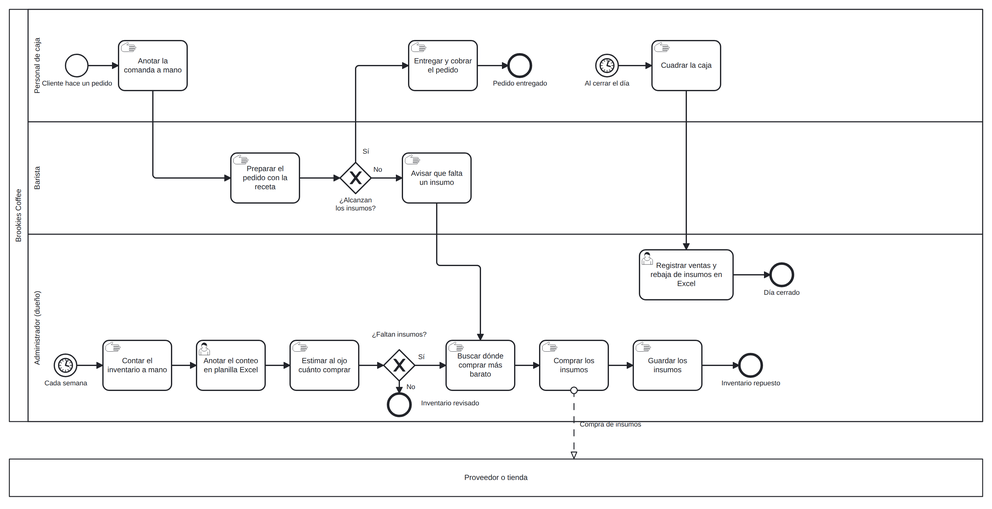
lambtto/Gestor-Inventario-Brookie keeps this BPMN diagram as diagramas/as-is.png. Above is the earlier version. Its source is kept beside it as diagramas/as-is.bpmn. Ids are renumbered.
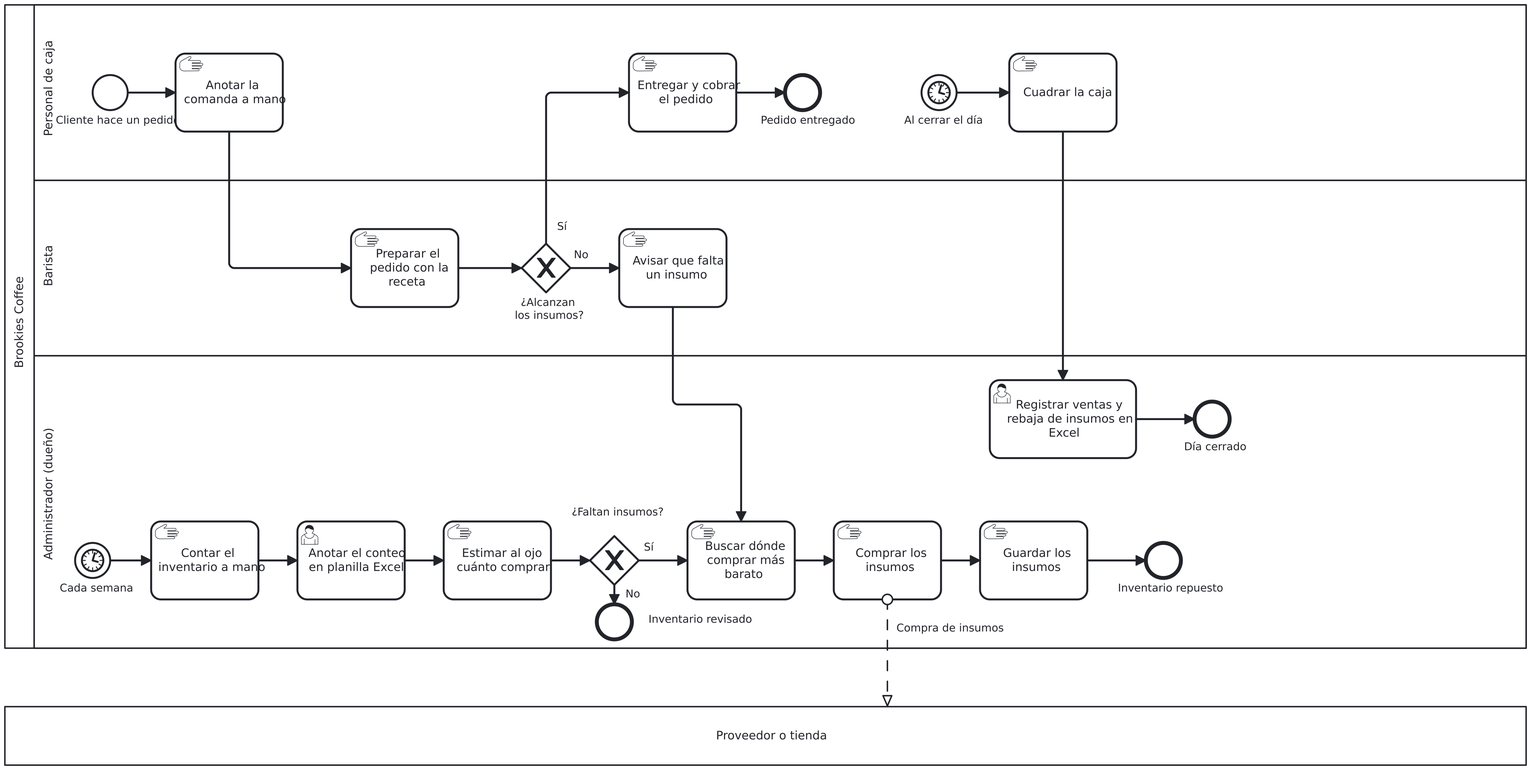
The same diagram one commit later.

The edit, as a diff of the source:
```diff
@@ -1,4 +1,4 @@
-<bpmn:definitions xmlns:bpmn="http://www.omg.org/spec/BPMN/20100524/MODEL" xmlns:bpmndi="http://www.omg.org/spec/BPMN/20100524/DI" xmlns:dc="http://www.omg.org/spec/DD/20100524/DC" xmlns:di="http://www.omg.org/spec/DD/20100524/DI" id="Definitions_AsIs" targetNamespace="http://bpmn.io/schema/bpmn">
+<bpmn:definitions xmlns:bpmn="http://www.omg.org/spec/BPMN/20100524/MODEL" xmlns:bpmndi="http://www.omg.org/spec/BPMN/20100524/DI" xmlns:dc="http://www.omg.org/spec/DD/20100524/DC" xmlns:di="http://www.omg.org/spec/DD/20100524/DI" id="Definitions_AsIs" targetNamespace="http://bpmn.io/schema/bpmn" exporter="bpmn-js (https://demo.bpmn.io)" exporterVersion="18.30.1">
   <bpmn:collaboration id="Collaboration_AsIs">
     <bpmn:participant id="Participant_Brookies" name="Brookies Coffee" processRef="Process_AsIs" />
     <bpmn:participant id="Participant_Prov" name="Proveedor o tienda" />
@@ -138,52 +138,210 @@
   </bpmn:process>
   <bpmndi:BPMNDiagram id="BPMNDiagram_1">
     <bpmndi:BPMNPlane id="BPMNPlane_1" bpmnElement="Collaboration_AsIs">
-      <bpmndi:BPMNShape id="Participant_Brookies_di" bpmnElement="Participant_Brookies" isHorizontal="true"><dc:Bounds x="160" y="60" width="1560" height="660" /></bpmndi:BPMNShape>
-      <bpmndi:BPMNShape id="Lane_Caja_di" bpmnElement="Lane_Caja" isHorizontal="true"><dc:Bounds x="190" y="60" width="1530" height="180" /></bpmndi:BPMNShape>
-      <bpmndi:BPMNShape id="Lane_Barista_di" bpmnElement="Lane_Barista" isHorizontal="true"><dc:Bounds x="190" y="240" width="1530" height="180" /></bpmndi:BPMNShape>
-      <bpmndi:BPMNShape id="Lane_Admin_di" bpmnElement="Lane_Admin" isHorizontal="true"><dc:Bounds x="190" y="420" width="1530" height="300" /></bpmndi:BPMNShape>
-      <bpmndi:BPMNShape id="Participant_Prov_di" bpmnElement="Participant_Prov" isHorizontal="true"><dc:Bounds x="160" y="780" width="1560" height="60" /></bpmndi:BPMNShape>
-      <bpmndi:BPMNShape id="S1_di" bpmnElement="S1"><dc:Bounds x="250" y="132" width="36" height="36" /><bpmndi:BPMNLabel><dc:Bounds x="208" y="172" width="120" height="27" /></bpmndi:BPMNLabel></bpmndi:BPMNShape>
-      <bpmndi:BPMNShape id="A01_di" bpmnElement="A01"><dc:Bounds x="335" y="110" width="110" height="80" /></bpmndi:BPMNShape>
-      <bpmndi:BPMNShape id="A04_di" bpmnElement="A04"><dc:Bounds x="800" y="110" width="110" height="80" /></bpmndi:BPMNShape>
-      <bpmndi:BPMNShape id="E1_di" bpmnElement="E1"><dc:Bounds x="960" y="132" width="36" height="36" /><bpmndi:BPMNLabel><dc:Bounds x="918" y="172" width="120" height="27" /></bpmndi:BPMNLabel></bpmndi:BPMNShape>
-      <bpmndi:BPMNShape id="S2_di" bpmnElement="S2"><dc:Bounds x="1100" y="132" width="36" height="36" /><bpmndi:BPMNLabel><dc:Bounds x="1058" y="172" width="120" height="27" /></bpmndi:BPMNLabel></bpmndi:BPMNShape>
-      <bpmndi:BPMNShape id="A05_di" bpmnElement="A05"><dc:Bounds x="1190" y="110" width="110" height="80" /></bpmndi:BPMNShape>
-      <bpmndi:BPMNShape id="A02_di" bpmnElement="A02"><dc:Bounds x="515" y="290" width="110" height="80" /></bpmndi:BPMNShape>
-      <bpmndi:BPMNShape id="G1_di" bpmnElement="G1" isMarkerVisible="true"><dc:Bounds x="690" y="305" width="50" height="50" /><bpmndi:BPMNLabel><dc:Bounds x="665" y="359" width="100" height="27" /></bpmndi:BPMNLabel></bpmndi:BPMNShape>
-      <bpmndi:BPMNShape id="A03_di" bpmnElement="A03"><dc:Bounds x="790" y="290" width="110" height="80" /></bpmndi:BPMNShape>
-      <bpmndi:BPMNShape id="A06_di" bpmnElement="A06"><dc:Bounds x="1170" y="445" width="150" height="80" /></bpmndi:BPMNShape>
-      <bpmndi:BPMNShape id="E3_di" bpmnElement="E3"><dc:Bounds x="1380" y="467" width="36" height="36" /><bpmndi:BPMNLabel><dc:Bounds x="1338" y="507" width="120" height="27" /></bpmndi:BPMNLabel></bpmndi:BPMNShape>
-      <bpmndi:BPMNShape id="S3_di" bpmnElement="S3"><dc:Bounds x="232" y="612" width="36" height="36" /><bpmndi:BPMNLabel><dc:Bounds x="190" y="652" width="120" height="27" /></bpmndi:BPMNLabel></bpmndi:BPMNShape>
-      <bpmndi:BPMNShape id="A07_di" bpmnElement="A07"><dc:Bounds x="310" y="590" width="110" height="80" /></bpmndi:BPMNShape>
-      <bpmndi:BPMNShape id="A08_di" bpmnElement="A08"><dc:Bounds x="460" y="590" width="110" height="80" /></bpmndi:BPMNShape>
-      <bpmndi:BPMNShape id="A09_di" bpmnElement="A09"><dc:Bounds x="610" y="590" width="110" height="80" /></bpmndi:BPMNShape>
-      <bpmndi:BPMNShape id="G2_di" bpmnElement="G2" isMarkerVisible="true"><dc:Bounds x="760" y="605" width="50" height="50" /><bpmndi:BPMNLabel><dc:Bounds x="735" y="574" width="100" height="27" /></bpmndi:BPMNLabel></bpmndi:BPMNShape>
-      <bpmndi:BPMNShape id="A10_di" bpmnElement="A10"><dc:Bounds x="860" y="590" width="110" height="80" /></bpmndi:BPMNShape>
-      <bpmndi:BPMNShape id="A11_di" bpmnElement="A11"><dc:Bounds x="1010" y="590" width="110" height="80" /></bpmndi:BPMNShape>
-      <bpmndi:BPMNShape id="A12_di" bpmnElement="A12"><dc:Bounds x="1160" y="590" width="110" height="80" /></bpmndi:BPMNShape>
-      <bpmndi:BPMNShape id="E4_di" bpmnElement="E4"><dc:Bounds x="1330" y="612" width="36" height="36" /><bpmndi:BPMNLabel><dc:Bounds x="1288" y="652" width="120" height="27" /></bpmndi:BPMNLabel></bpmndi:BPMNShape>
-      <bpmndi:BPMNShape id="E5_di" bpmnElement="E5"><dc:Bounds x="767" y="675" width="36" height="36" /><bpmndi:BPMNLabel><dc:Bounds x="806" y="684" width="120" height="27" /></bpmndi:BPMNLabel></bpmndi:BPMNShape>
-      <bpmndi:BPMNEdge id="F1_di" bpmnElement="F1"><di:waypoint x="286" y="150" /><di:waypoint x="335" y="150" /></bpmndi:BPMNEdge>
-      <bpmndi:BPMNEdge id="F2_di" bpmnElement="F2"><di:waypoint x="390" y="190" /><di:waypoint x="390" y="330" /><di:waypoint x="515" y="330" /></bpmndi:BPMNEdge>
-      <bpmndi:BPMNEdge id="F3_di" bpmnElement="F3"><di:waypoint x="625" y="330" /><di:waypoint x="690" y="330" /></bpmndi:BPMNEdge>
-      <bpmndi:BPMNEdge id="F4_di" bpmnElement="F4"><di:waypoint x="715" y="305" /><di:waypoint x="715" y="150" /><di:waypoint x="800" y="150" /><bpmndi:BPMNLabel><dc:Bounds x="721" y="281" width="20" height="14" /></bpmndi:BPMNLabel></bpmndi:BPMNEdge>
-      <bpmndi:BPMNEdge id="F5_di" bpmnElement="F5"><di:waypoint x="910" y="150" /><di:waypoint x="960" y="150" /></bpmndi:BPMNEdge>
-      <bpmndi:BPMNEdge id="F6_di" bpmnElement="F6"><di:waypoint x="740" y="330" /><di:waypoint x="790" y="330" /><bpmndi:BPMNLabel><dc:Bounds x="740" y="310" width="20" height="14" /></bpmndi:BPMNLabel></bpmndi:BPMNEdge>
-      <bpmndi:BPMNEdge id="F7_di" bpmnElement="F7"><di:waypoint x="845" y="370" /><di:waypoint x="845" y="470" /><di:waypoint x="915" y="470" /><di:waypoint x="915" y="590" /></bpmndi:BPMNEdge>
-      <bpmndi:BPMNEdge id="F8_di" bpmnElement="F8"><di:waypoint x="1136" y="150" /><di:waypoint x="1190" y="150" /></bpmndi:BPMNEdge>
-      <bpmndi:BPMNEdge id="F9_di" bpmnElement="F9"><di:waypoint x="1245" y="190" /><di:waypoint x="1245" y="445" /></bpmndi:BPMNEdge>
-      <bpmndi:BPMNEdge id="F10_di" bpmnElement="F10"><di:waypoint x="1320" y="485" /><di:waypoint x="1380" y="485" /></bpmndi:BPMNEdge>
-      <bpmndi:BPMNEdge id="F11_di" bpmnElement="F11"><di:waypoint x="268" y="630" /><di:waypoint x="310" y="630" /></bpmndi:BPMNEdge>
-      <bpmndi:BPMNEdge id="F12_di" bpmnElement="F12"><di:waypoint x="420" y="630" /><di:waypoint x="460" y="630" /></bpmndi:BPMNEdge>
-      <bpmndi:BPMNEdge id="F13_di" bpmnElement="F13"><di:waypoint x="570" y="630" /><di:waypoint x="610" y="630" /></bpmndi:BPMNEdge>
-      <bpmndi:BPMNEdge id="F14_di" bpmnElement="F14"><di:waypoint x="720" y="630" /><di:waypoint x="760" y="630" /></bpmndi:BPMNEdge>
-      <bpmndi:BPMNEdge id="F15_di" bpmnElement="F15"><di:waypoint x="810" y="630" /><di:waypoint x="860" y="630" /><bpmndi:BPMNLabel><dc:Bounds x="810" y="610" width="20" height="14" /></bpmndi:BPMNLabel></bpmndi:BPMNEdge>
-      <bpmndi:BPMNEdge id="F16_di" bpmnElement="F16"><di:waypoint x="785" y="655" /><di:waypoint x="785" y="675" /><bpmndi:BPMNLabel><dc:Bounds x="793" y="658" width="20" height="14" /></bpmndi:BPMNLabel></bpmndi:BPMNEdge>
-      <bpmndi:BPMNEdge id="F17_di" bpmnElement="F17"><di:waypoint x="970" y="630" /><di:waypoint x="1010" y="630" /></bpmndi:BPMNEdge>
-      <bpmndi:BPMNEdge id="F18_di" bpmnElement="F18"><di:waypoint x="1120" y="630" /><di:waypoint x="1160" y="630" /></bpmndi:BPMNEdge>
-      <bpmndi:BPMNEdge id="F19_di" bpmnElement="F19"><di:waypoint x="1270" y="630" /><di:waypoint x="1330" y="630" /></bpmndi:BPMNEdge>
-      <bpmndi:BPMNEdge id="M1_di" bpmnElement="M1"><di:waypoint x="1065" y="670" /><di:waypoint x="1065" y="780" /><bpmndi:BPMNLabel><dc:Bounds x="1073" y="718" width="100" height="14" /></bpmndi:BPMNLabel></bpmndi:BPMNEdge>
+      <bpmndi:BPMNShape id="Participant_Brookies_di" bpmnElement="Participant_Brookies" isHorizontal="true">
+        <dc:Bounds x="160" y="60" width="1560" height="660" />
+      </bpmndi:BPMNShape>
+      <bpmndi:BPMNShape id="Lane_Admin_di" bpmnElement="Lane_Admin" isHorizontal="true">
+        <dc:Bounds x="190" y="420" width="1530" height="300" />
+      </bpmndi:BPMNShape>
+      <bpmndi:BPMNShape id="Lane_Barista_di" bpmnElement="Lane_Barista" isHorizontal="true">
+        <dc:Bounds x="190" y="240" width="1530" height="180" />
+      </bpmndi:BPMNShape>
+      <bpmndi:BPMNShape id="Lane_Caja_di" bpmnElement="Lane_Caja" isHorizontal="true">
+        <dc:Bounds x="190" y="60" width="1530" height="180" />
+      </bpmndi:BPMNShape>
+      <bpmndi:BPMNShape id="S1_di" bpmnElement="S1">
+        <dc:Bounds x="250" y="132" width="36" height="36" />
+        <bpmndi:BPMNLabel>
+          <dc:Bounds x="208" y="172" width="120" height="27" />
+        </bpmndi:BPMNLabel>
+      </bpmndi:BPMNShape>
+      <bpmndi:BPMNShape id="A01_di" bpmnElement="A01">
+        <dc:Bounds x="335" y="110" width="110" height="80" />
+      </bpmndi:BPMNShape>
+      <bpmndi:BPMNShape id="A04_di" bpmnElement="A04">
+        <dc:Bounds x="800" y="110" width="110" height="80" />
+      </bpmndi:BPMNShape>
+      <bpmndi:BPMNShape id="E1_di" bpmnElement="E1">
+        <dc:Bounds x="960" y="132" width="36" height="36" />
+        <bpmndi:BPMNLabel>
+          <dc:Bounds x="918" y="172" width="120" height="27" />
+        </bpmndi:BPMNLabel>
+      </bpmndi:BPMNShape>
+      <bpmndi:BPMNShape id="S2_di" bpmnElement="S2">
+        <dc:Bounds x="1100" y="132" width="36" height="36" />
+        <bpmndi:BPMNLabel>
+          <dc:Bounds x="1058" y="172" width="120" height="27" />
+        </bpmndi:BPMNLabel>
+      </bpmndi:BPMNShape>
+      <bpmndi:BPMNShape id="A05_di" bpmnElement="A05">
+        <dc:Bounds x="1190" y="110" width="110" height="80" />
+      </bpmndi:BPMNShape>
+      <bpmndi:BPMNShape id="A02_di" bpmnElement="A02">
+        <dc:Bounds x="515" y="290" width="110" height="80" />
+      </bpmndi:BPMNShape>
+      <bpmndi:BPMNShape id="G1_di" bpmnElement="G1" isMarkerVisible="true">
+        <dc:Bounds x="690" y="305" width="50" height="50" />
+        <bpmndi:BPMNLabel>
+          <dc:Bounds x="665" y="359" width="100" height="27" />
+        </bpmndi:BPMNLabel>
+      </bpmndi:BPMNShape>
+      <bpmndi:BPMNShape id="A03_di" bpmnElement="A03">
+        <dc:Bounds x="790" y="290" width="110" height="80" />
+      </bpmndi:BPMNShape>
+      <bpmndi:BPMNShape id="A06_di" bpmnElement="A06">
+        <dc:Bounds x="1170" y="445" width="150" height="80" />
+      </bpmndi:BPMNShape>
+      <bpmndi:BPMNShape id="E3_di" bpmnElement="E3">
+        <dc:Bounds x="1380" y="467" width="36" height="36" />
+        <bpmndi:BPMNLabel>
+          <dc:Bounds x="1338" y="507" width="120" height="27" />
+        </bpmndi:BPMNLabel>
+      </bpmndi:BPMNShape>
+      <bpmndi:BPMNShape id="S3_di" bpmnElement="S3">
+        <dc:Bounds x="232" y="612" width="36" height="36" />
+        <bpmndi:BPMNLabel>
+          <dc:Bounds x="190" y="652" width="120" height="27" />
+        </bpmndi:BPMNLabel>
+      </bpmndi:BPMNShape>
+      <bpmndi:BPMNShape id="A07_di" bpmnElement="A07">
+        <dc:Bounds x="310" y="590" width="110" height="80" />
+      </bpmndi:BPMNShape>
+      <bpmndi:BPMNShape id="A08_di" bpmnElement="A08">
+        <dc:Bounds x="460" y="590" width="110" height="80" />
+      </bpmndi:BPMNShape>
+      <bpmndi:BPMNShape id="A09_di" bpmnElement="A09">
+        <dc:Bounds x="610" y="590" width="110" height="80" />
+      </bpmndi:BPMNShape>
+      <bpmndi:BPMNShape id="G2_di" bpmnElement="G2" isMarkerVisible="true">
+        <dc:Bounds x="760" y="605" width="50" height="50" />
+        <bpmndi:BPMNLabel>
+          <dc:Bounds x="735" y="574" width="100" height="27" />
+        </bpmndi:BPMNLabel>
+      </bpmndi:BPMNShape>
+      <bpmndi:BPMNShape id="A10_di" bpmnElement="A10">
+        <dc:Bounds x="860" y="590" width="110" height="80" />
+      </bpmndi:BPMNShape>
+      <bpmndi:BPMNShape id="A11_di" bpmnElement="A11">
+        <dc:Bounds x="1010" y="590" width="110" height="80" />
+      </bpmndi:BPMNShape>
+      <bpmndi:BPMNShape id="A12_di" bpmnElement="A12">
+        <dc:Bounds x="1160" y="590" width="110" height="80" />
+      </bpmndi:BPMNShape>
+      <bpmndi:BPMNShape id="E4_di" bpmnElement="E4">
+        <dc:Bounds x="1330" y="612" width="36" height="36" />
+        <bpmndi:BPMNLabel>
+          <dc:Bounds x="1288" y="652" width="120" height="27" />
+        </bpmndi:BPMNLabel>
+      </bpmndi:BPMNShape>
+      <bpmndi:BPMNShape id="E5_di" bpmnElement="E5">
+        <dc:Bounds x="767" y="675" width="36" height="36" />
+        <bpmndi:BPMNLabel>
+          <dc:Bounds x="806" y="684" width="120" height="27" />
+        </bpmndi:BPMNLabel>
+      </bpmndi:BPMNShape>
+      <bpmndi:BPMNEdge id="F1_di" bpmnElement="F1">
+        <di:waypoint x="286" y="150" />
+        <di:waypoint x="335" y="150" />
+      </bpmndi:BPMNEdge>
+      <bpmndi:BPMNEdge id="F2_di" bpmnElement="F2">
+        <di:waypoint x="390" y="190" />
+        <di:waypoint x="390" y="330" />
+        <di:waypoint x="515" y="330" />
+      </bpmndi:BPMNEdge>
+      <bpmndi:BPMNEdge id="F3_di" bpmnElement="F3">
+        <di:waypoint x="625" y="330" />
+        <di:waypoint x="690" y="330" />
+      </bpmndi:BPMNEdge>
+      <bpmndi:BPMNEdge id="F4_di" bpmnElement="F4">
+        <di:waypoint x="715" y="305" />
+        <di:waypoint x="715" y="150" />
+        <di:waypoint x="800" y="150" />
+        <bpmndi:BPMNLabel>
+          <dc:Bounds x="721" y="281" width="20" height="14" />
+        </bpmndi:BPMNLabel>
+      </bpmndi:BPMNEdge>
+      <bpmndi:BPMNEdge id="F5_di" bpmnElement="F5">
+        <di:waypoint x="910" y="150" />
+        <di:waypoint x="960" y="150" />
+      </bpmndi:BPMNEdge>
+      <bpmndi:BPMNEdge id="F6_di" bpmnElement="F6">
+        <di:waypoint x="740" y="330" />
+        <di:waypoint x="790" y="330" />
+        <bpmndi:BPMNLabel>
+          <dc:Bounds x="740" y="310" width="20" height="14" />
+        </bpmndi:BPMNLabel>
+      </bpmndi:BPMNEdge>
+      <bpmndi:BPMNEdge id="F7_di" bpmnElement="F7">
+        <di:waypoint x="845" y="370" />
+        <di:waypoint x="845" y="470" />
+        <di:waypoint x="915" y="470" />
+        <di:waypoint x="915" y="590" />
+      </bpmndi:BPMNEdge>
+      <bpmndi:BPMNEdge id="F8_di" bpmnElement="F8">
+        <di:waypoint x="1136" y="150" />
+        <di:waypoint x="1190" y="150" />
+      </bpmndi:BPMNEdge>
+      <bpmndi:BPMNEdge id="F9_di" bpmnElement="F9">
+        <di:waypoint x="1245" y="190" />
+        <di:waypoint x="1245" y="445" />
+      </bpmndi:BPMNEdge>
+      <bpmndi:BPMNEdge id="F10_di" bpmnElement="F10">
+        <di:waypoint x="1320" y="485" />
+        <di:waypoint x="1380" y="485" />
+      </bpmndi:BPMNEdge>
+      <bpmndi:BPMNEdge id="F11_di" bpmnElement="F11">
+        <di:waypoint x="268" y="630" />
+        <di:waypoint x="310" y="630" />
+      </bpmndi:BPMNEdge>
+      <bpmndi:BPMNEdge id="F12_di" bpmnElement="F12">
+        <di:waypoint x="420" y="630" />
+        <di:waypoint x="460" y="630" />
+      </bpmndi:BPMNEdge>
+      <bpmndi:BPMNEdge id="F13_di" bpmnElement="F13">
+        <di:waypoint x="570" y="630" />
+        <di:waypoint x="610" y="630" />
+      </bpmndi:BPMNEdge>
+      <bpmndi:BPMNEdge id="F14_di" bpmnElement="F14">
+        <di:waypoint x="720" y="630" />
+        <di:waypoint x="760" y="630" />
+      </bpmndi:BPMNEdge>
+      <bpmndi:BPMNEdge id="F15_di" bpmnElement="F15">
+        <di:waypoint x="810" y="630" />
+        <di:waypoint x="860" y="630" />
+        <bpmndi:BPMNLabel>
+          <dc:Bounds x="810" y="610" width="20" height="14" />
+        </bpmndi:BPMNLabel>
+      </bpmndi:BPMNEdge>
+      <bpmndi:BPMNEdge id="F16_di" bpmnElement="F16">
+        <di:waypoint x="785" y="655" />
+        <di:waypoint x="785" y="675" />
+        <bpmndi:BPMNLabel>
+          <dc:Bounds x="793" y="658" width="20" height="14" />
+        </bpmndi:BPMNLabel>
+      </bpmndi:BPMNEdge>
+      <bpmndi:BPMNEdge id="F17_di" bpmnElement="F17">
+        <di:waypoint x="970" y="630" />
+        <di:waypoint x="1010" y="630" />
+      </bpmndi:BPMNEdge>
+      <bpmndi:BPMNEdge id="F18_di" bpmnElement="F18">
+        <di:waypoint x="1120" y="630" />
+        <di:waypoint x="1160" y="630" />
+      </bpmndi:BPMNEdge>
+      <bpmndi:BPMNEdge id="F19_di" bpmnElement="F19">
+        <di:waypoint x="1270" y="630" />
+        <di:waypoint x="1330" y="630" />
+      </bpmndi:BPMNEdge>
+      <bpmndi:BPMNShape id="Participant_Prov_di" bpmnElement="Participant_Prov" isHorizontal="true">
+        <dc:Bounds x="160" y="780" width="1560" height="60" />
+      </bpmndi:BPMNShape>
+      <bpmndi:BPMNEdge id="M1_di" bpmnElement="M1">
+        <di:waypoint x="1065" y="670" />
+        <di:waypoint x="1065" y="780" />
+        <bpmndi:BPMNLabel>
+          <dc:Bounds x="1074" y="703" width="99" height="14" />
+        </bpmndi:BPMNLabel>
+      </bpmndi:BPMNEdge>
     </bpmndi:BPMNPlane>
   </bpmndi:BPMNDiagram>
 </bpmn:definitions>
```
